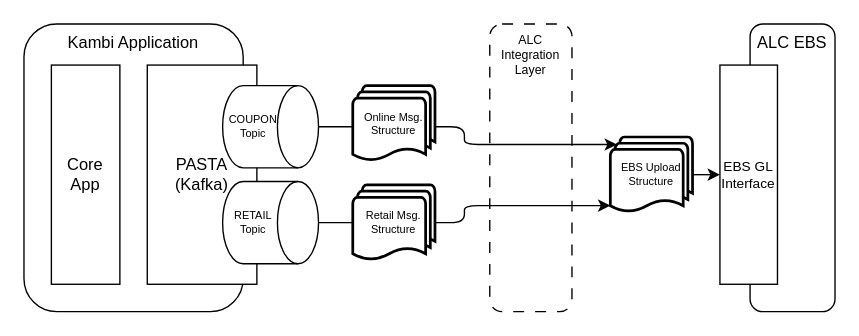
Earlier version of the draw.io diagram page "Retail v Online" (7 of 7) of ALC KAMBI.drawio (luclalor/Draw_IO). Source tidied: cells renumbered, new cells numbered last; positions are measured from the earlier drawing's top-left corner, leaving out a move shared by most shapes. Both pictures are drawn from the tidied source at 137%, with x=0, y=0 at pixel (23, 23).
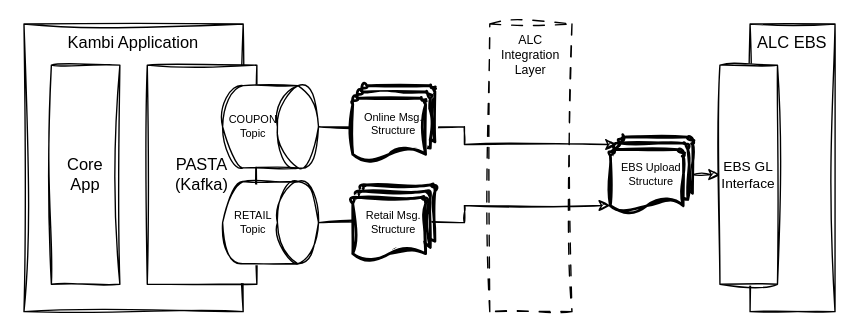
Above is the later version.

What changed in the source:
```diff
@@
-<mxGraphModel>
+<mxGraphModel background="light-dark(#FFFFFF,#FFFFFF)">
   <root>
     <mxCell id="0" />
     <mxCell id="1" parent="0" />
-    <mxCell id="2" value="ALC Integration Layer" style="rounded=1;whiteSpace=wrap;html=1;dashed=1;dashPattern=8 8;fontSize=9;verticalAlign=top;" parent="1" vertex="1">
+    <mxCell id="2" value="ALC Integration Layer" style="rounded=0;whiteSpace=wrap;html=1;dashed=1;dashPattern=8 8;fontSize=9;verticalAlign=top;sketch=1;curveFitting=1;jiggle=2;labelBackgroundColor=none;" parent="1" vertex="1">
       <mxGeometry x="340" width="60" height="210" as="geometry" />
     </mxCell>
-    <mxCell id="3" value="Kambi Application" style="rounded=1;whiteSpace=wrap;html=1;align=center;verticalAlign=top;" parent="1" vertex="1">
+    <mxCell id="3" value="Kambi Application" style="rounded=0;whiteSpace=wrap;html=1;align=center;verticalAlign=top;sketch=1;curveFitting=1;jiggle=2;labelBackgroundColor=none;" parent="1" vertex="1">
       <mxGeometry width="160" height="210" as="geometry" />
     </mxCell>
-    <mxCell id="4" value="PASTA (Kafka)" style="rounded=0;whiteSpace=wrap;html=1;" parent="1" vertex="1">
+    <mxCell id="4" value="PASTA (Kafka)" style="rounded=0;whiteSpace=wrap;html=1;sketch=1;curveFitting=1;jiggle=2;labelBackgroundColor=none;" parent="1" vertex="1">
       <mxGeometry x="90" y="30" width="80" height="160" as="geometry" />
     </mxCell>
-    <mxCell id="5" value="Core App" style="rounded=0;whiteSpace=wrap;html=1;" parent="1" vertex="1">
+    <mxCell id="5" value="Core App" style="rounded=0;whiteSpace=wrap;html=1;sketch=1;curveFitting=1;jiggle=2;labelBackgroundColor=none;" parent="1" vertex="1">
       <mxGeometry x="20" y="30" width="50" height="160" as="geometry" />
     </mxCell>
-    <mxCell id="6" value="COUPON Topic" style="shape=cylinder3;whiteSpace=wrap;html=1;boundedLbl=1;backgroundOutline=1;size=15;direction=south;fontSize=8;" parent="1" vertex="1">
+    <mxCell id="6" value="COUPON Topic" style="shape=cylinder3;whiteSpace=wrap;html=1;boundedLbl=1;backgroundOutline=1;size=15;direction=south;fontSize=8;sketch=1;curveFitting=1;jiggle=2;labelBackgroundColor=none;rounded=0;" parent="1" vertex="1">
       <mxGeometry x="145" y="45" width="70" height="60" as="geometry" />
     </mxCell>
-    <mxCell id="7" value="RETAIL Topic" style="shape=cylinder3;whiteSpace=wrap;html=1;boundedLbl=1;backgroundOutline=1;size=15;direction=south;fontSize=8;" parent="1" vertex="1">
+    <mxCell id="7" value="RETAIL Topic" style="shape=cylinder3;whiteSpace=wrap;html=1;boundedLbl=1;backgroundOutline=1;size=15;direction=south;fontSize=8;sketch=1;curveFitting=1;jiggle=2;labelBackgroundColor=none;rounded=0;" parent="1" vertex="1">
       <mxGeometry x="145" y="115" width="70" height="60" as="geometry" />
     </mxCell>
-    <mxCell id="8" value="ALC EBS" style="rounded=1;whiteSpace=wrap;html=1;align=center;verticalAlign=top;" parent="1" vertex="1">
+    <mxCell id="8" value="ALC EBS" style="rounded=0;whiteSpace=wrap;html=1;align=center;verticalAlign=top;sketch=1;curveFitting=1;jiggle=2;labelBackgroundColor=none;" parent="1" vertex="1">
       <mxGeometry x="530" width="62" height="210" as="geometry" />
     </mxCell>
-    <mxCell id="9" value="EBS GL Interface" style="rounded=0;whiteSpace=wrap;html=1;fontSize=10;" parent="1" vertex="1">
+    <mxCell id="9" value="EBS GL Interface" style="rounded=0;whiteSpace=wrap;html=1;fontSize=10;sketch=1;curveFitting=1;jiggle=2;labelBackgroundColor=none;" parent="1" vertex="1">
       <mxGeometry x="508" y="30" width="42" height="160" as="geometry" />
     </mxCell>
-    <mxCell id="10" style="edgeStyle=orthogonalEdgeStyle;rounded=0;jettySize=auto;html=1;exitX=1;exitY=0.5;exitDx=0;exitDy=0;exitPerimeter=0;entryX=0;entryY=0.5;entryDx=0;entryDy=0;" parent="1" edge="1" source="11" target="9">
+    <mxCell id="10" style="edgeStyle=orthogonalEdgeStyle;rounded=0;jettySize=auto;html=1;exitX=1;exitY=0.5;exitDx=0;exitDy=0;exitPerimeter=0;entryX=0;entryY=0.5;entryDx=0;entryDy=0;sketch=1;curveFitting=1;jiggle=2;labelBackgroundColor=none;fontColor=default;" parent="1" edge="1" source="11" target="9">
       <mxGeometry relative="1" as="geometry" />
     </mxCell>
-    <mxCell id="11" value="EBS Upload Structure" style="strokeWidth=2;html=1;shape=mxgraph.flowchart.multi-document;whiteSpace=wrap;boundedLbl=1;fontSize=8;" parent="1" vertex="1">
+    <mxCell id="11" value="EBS Upload Structure" style="strokeWidth=2;html=1;shape=mxgraph.flowchart.multi-document;whiteSpace=wrap;boundedLbl=1;fontSize=8;sketch=1;curveFitting=1;jiggle=2;labelBackgroundColor=none;rounded=0;" parent="1" vertex="1">
       <mxGeometry x="428" y="82.5" width="60" height="55" as="geometry" />
     </mxCell>
-    <mxCell id="12" style="endArrow=classic;html=1;rounded=1;exitX=0.5;exitY=0;exitDx=0;exitDy=0;exitPerimeter=0;edgeStyle=orthogonalEdgeStyle;curved=0;entryX=0.08;entryY=0.1;entryDx=0;entryDy=0;entryPerimeter=0;" parent="1" edge="1" source="6" target="11">
+    <mxCell id="12" style="endArrow=classic;html=1;rounded=0;exitX=0.5;exitY=0;exitDx=0;exitDy=0;exitPerimeter=0;edgeStyle=orthogonalEdgeStyle;curved=0;entryX=0.08;entryY=0.1;entryDx=0;entryDy=0;entryPerimeter=0;sketch=1;curveFitting=1;jiggle=2;labelBackgroundColor=none;fontColor=default;" parent="1" edge="1" source="6" target="11">
       <mxGeometry relative="1" as="geometry" />
     </mxCell>
-    <mxCell id="13" value="Online Msg. Structure" style="strokeWidth=2;html=1;shape=mxgraph.flowchart.multi-document;whiteSpace=wrap;boundedLbl=1;fontSize=8;" parent="1" vertex="1">
+    <mxCell id="13" value="Online Msg. Structure" style="strokeWidth=2;html=1;shape=mxgraph.flowchart.multi-document;whiteSpace=wrap;boundedLbl=1;fontSize=8;sketch=1;curveFitting=1;jiggle=2;labelBackgroundColor=none;rounded=0;" parent="1" vertex="1">
       <mxGeometry x="240" y="45" width="60" height="55" as="geometry" />
     </mxCell>
-    <mxCell id="14" style="endArrow=classic;html=1;rounded=1;exitX=0.5;exitY=0;exitDx=0;exitDy=0;exitPerimeter=0;entryX=0;entryY=0.91;entryDx=0;entryDy=0;entryPerimeter=0;edgeStyle=orthogonalEdgeStyle;curved=0;" parent="1" edge="1" source="7" target="11">
+    <mxCell id="14" style="endArrow=classic;html=1;rounded=0;exitX=0.5;exitY=0;exitDx=0;exitDy=0;exitPerimeter=0;entryX=0;entryY=0.91;entryDx=0;entryDy=0;entryPerimeter=0;edgeStyle=orthogonalEdgeStyle;curved=0;sketch=1;curveFitting=1;jiggle=2;labelBackgroundColor=none;fontColor=default;" parent="1" edge="1" source="7" target="11">
       <mxGeometry relative="1" as="geometry" />
     </mxCell>
-    <mxCell id="15" value="Retail Msg. Structure" style="strokeWidth=2;html=1;shape=mxgraph.flowchart.multi-document;whiteSpace=wrap;boundedLbl=1;fontSize=8;" parent="1" vertex="1">
+    <mxCell id="15" value="Retail Msg. Structure" style="strokeWidth=2;html=1;shape=mxgraph.flowchart.multi-document;whiteSpace=wrap;boundedLbl=1;fontSize=8;sketch=1;curveFitting=1;jiggle=2;labelBackgroundColor=none;rounded=0;" parent="1" vertex="1">
       <mxGeometry x="240" y="117.5" width="60" height="55" as="geometry" />
     </mxCell>
   </root>
 </mxGraphModel>
```
